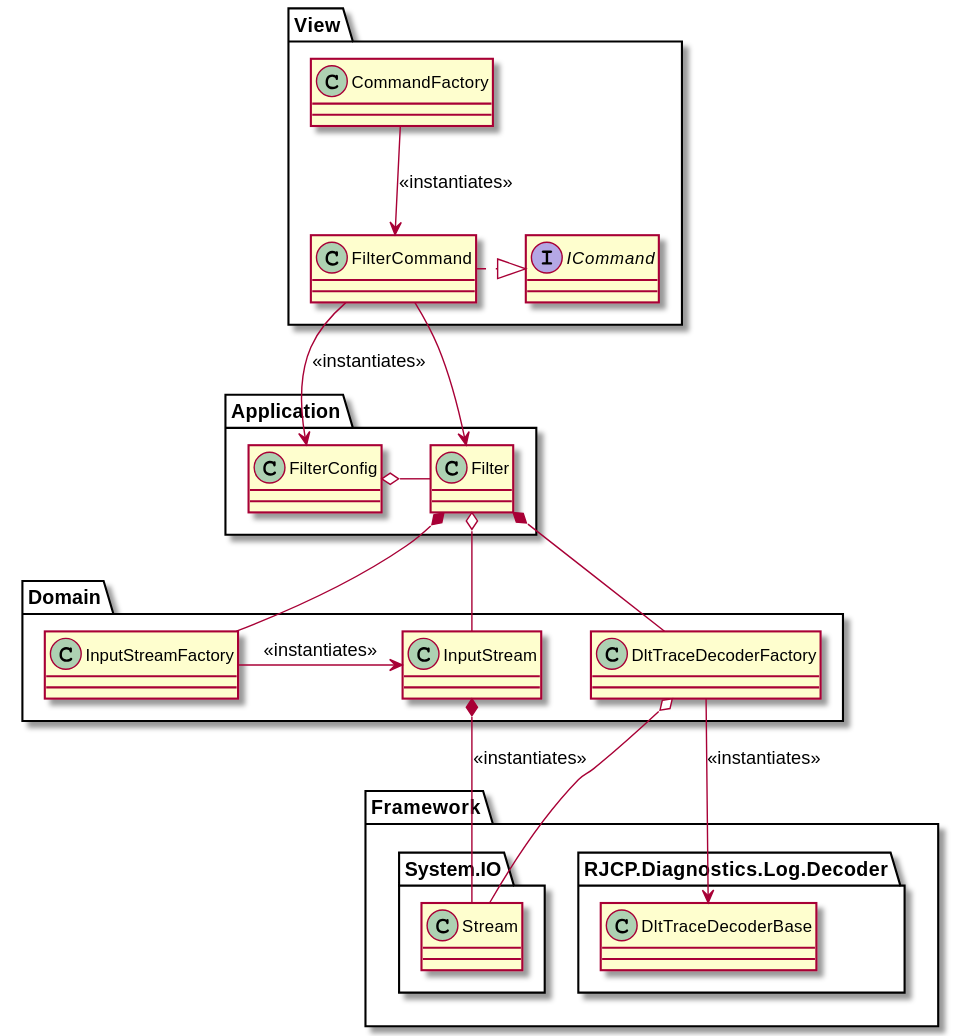
Before: apps/DltDump/docs/out/diagrams/appfilterinit/App.Filter.Initialization.svg, a diagram exported from PlantUML (jcurl/RJCP.DLL.Log).
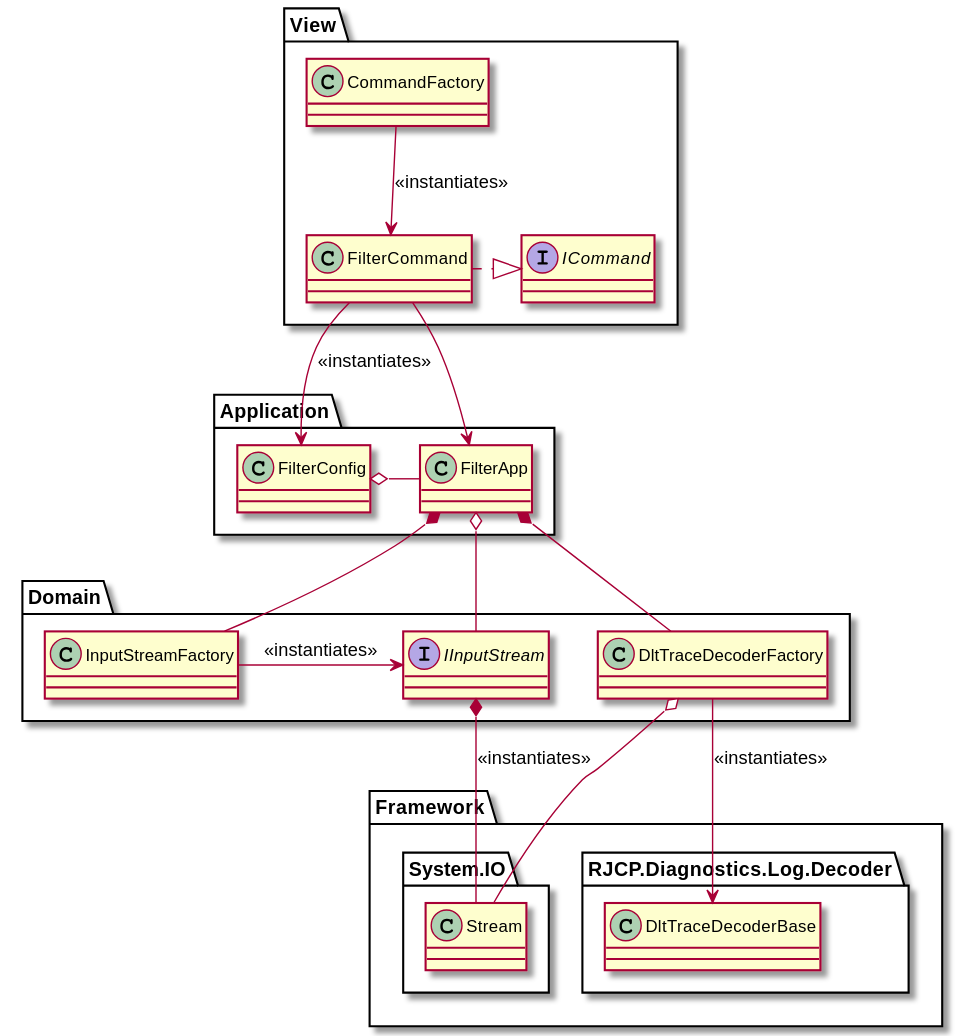
After the change.

Change to the diagram source:
```diff
@@ -10,28 +10,28 @@
 
     CommandFactory --> FilterCommand : <<instantiates>>
 
-    FilterCommand --> Application.Filter
+    FilterCommand --> Application.FilterApp
     FilterCommand --> Application.FilterConfig : <<instantiates>>
 }
 
 
 namespace Application {
-    class Filter
+    class FilterApp
     class FilterConfig
 
-    FilterConfig o-r- Filter
+    FilterConfig o-r- FilterApp
 
-    Filter *-d- Domain.InputStreamFactory
-    Filter *-d- Domain.DltTraceDecoderFactory
-    Filter o-d- Domain.InputStream
+    FilterApp *-d- Domain.InputStreamFactory
+    FilterApp *-d- Domain.DltTraceDecoderFactory
+    FilterApp o-d- Domain.IInputStream
 }
 
 namespace Domain {
     class InputStreamFactory
-    class InputStream
+    interface IInputStream
     class DltTraceDecoderFactory
 
-    InputStreamFactory -r-> InputStream : <<instantiates>>
+    InputStreamFactory -r-> IInputStream : <<instantiates>>
 }
 
 namespace Framework {
@@ -43,7 +43,7 @@
         class DltTraceDecoderBase
     }
 
-    Domain.InputStream *-d- System.IO.Stream : <<instantiates>>
+    Domain.IInputStream *-d- System.IO.Stream : <<instantiates>>
     Domain.DltTraceDecoderFactory --> RJCP.Diagnostics.Log.Decoder.DltTraceDecoderBase : <<instantiates>>
     Domain.DltTraceDecoderFactory o-d- System.IO.Stream
 }
```
